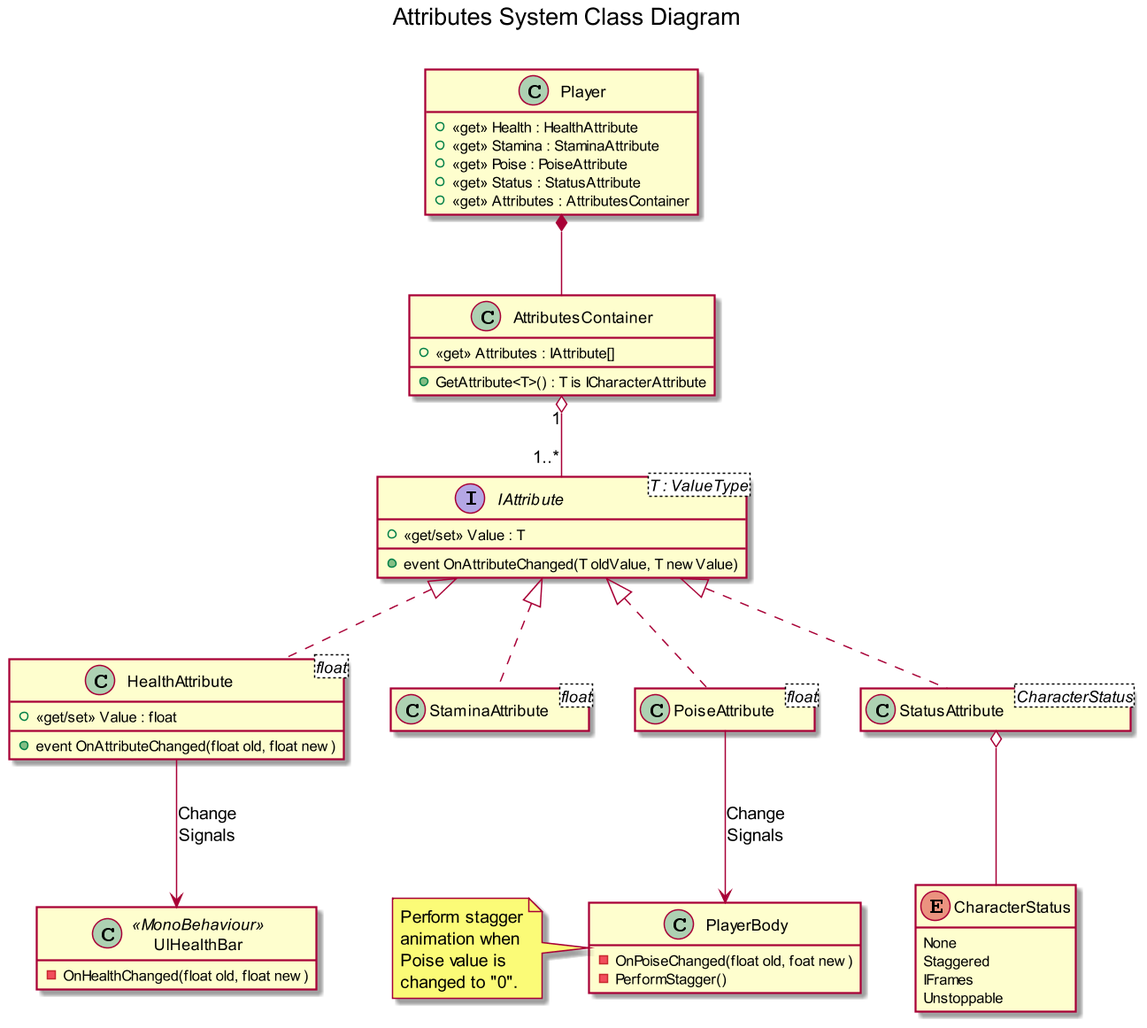
The PlantUML diagram figures/fig-attributes-diagram.png in leotgo/tcc-adaptive-difficulty, before a commit.
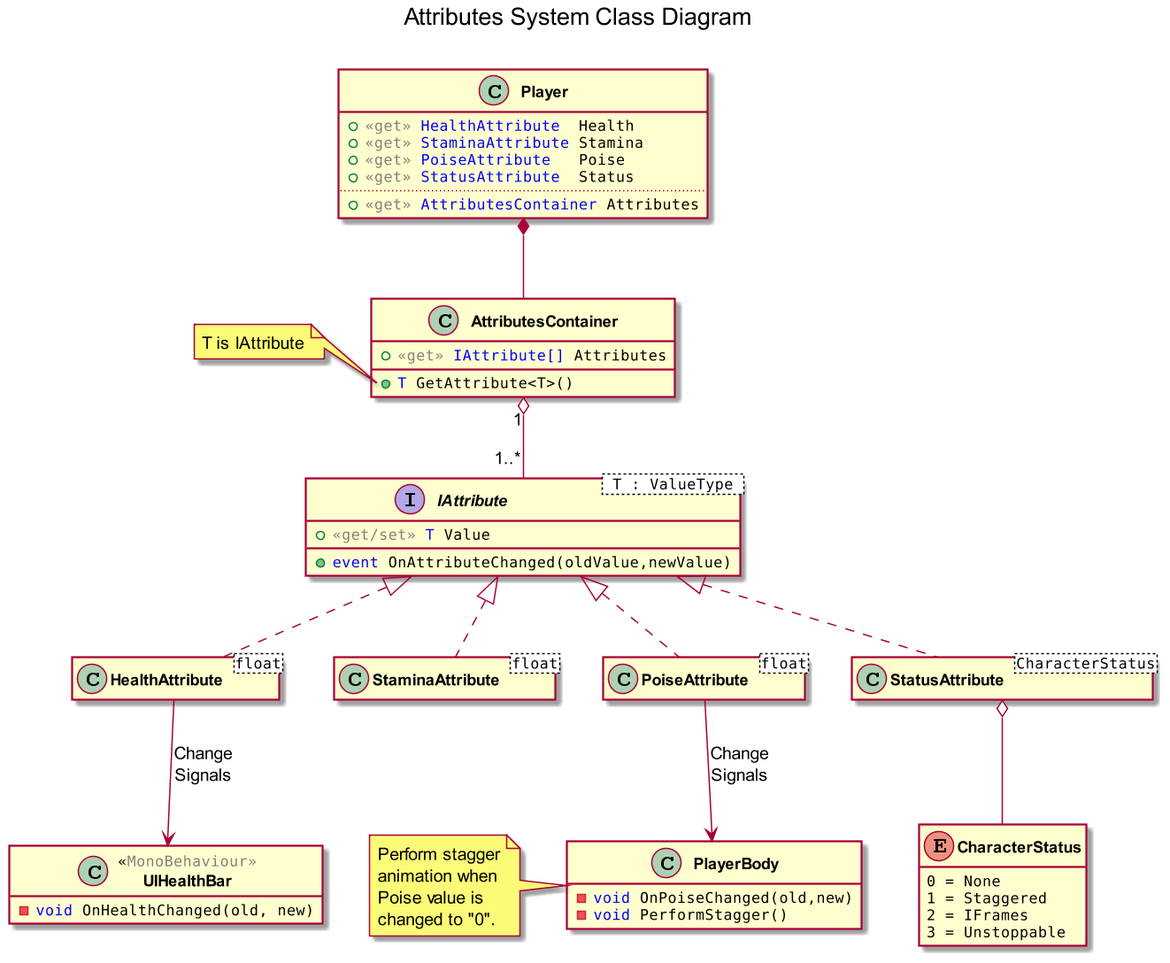
After the change.

What changed in the source:
```diff
@@ -1,57 +1,67 @@
-@startuml Attributes
+@startuml attributes-system
+
+!include styledefs.iuml
+
 title Attributes System Class Diagram\n
 
-class Player {
-    +<<get>> Health : HealthAttribute
-    +<<get>> Stamina : StaminaAttribute
-    +<<get>> Poise : PoiseAttribute
-    +<<get>> Status : StatusAttribute
-    +<<get>> Attributes : AttributesContainer
-}
-Player *-- AttributesContainer
-
-interface IAttribute<T : ValueType> {
-    +<<get/set>> Value : T
-    +event OnAttributeChanged(T oldValue, T newValue)
+class Player
+{
+    + $get $type("HealthAttribute")  Health
+    + $get $type("StaminaAttribute") Stamina
+    + $get $type("PoiseAttribute")   Poise
+    + $get $type("StatusAttribute")  Status
+    ..
+    + $get $type("AttributesContainer") Attributes
 }
 
-class HealthAttribute<float> implements IAttribute {
-    +<<get/set>> Value : float
-    +event OnAttributeChanged(float old, float new)
+interface IAttribute < T : ValueType >
+{
+    + $getset $type("T") Value
+    + $type("event") OnAttributeChanged(oldValue,newValue)
 }
+
+class HealthAttribute<float> implements IAttribute
 class StaminaAttribute<float> implements IAttribute
 class PoiseAttribute<float> implements IAttribute
 
-enum CharacterStatus {
-    None
-    Staggered
-    IFrames
-    Unstoppable
+enum CharacterStatus
+{
+    0 = None
+    1 = Staggered
+    2 = IFrames
+    3 = Unstoppable
 }
+
 class StatusAttribute<CharacterStatus> implements IAttribute
-StatusAttribute o-- CharacterStatus
 
 class AttributesContainer
 {
-    +<<get>> Attributes : IAttribute[]
-    +GetAttribute<T>() : T is ICharacterAttribute
-}
-AttributesContainer "1" o-- "1..*" IAttribute
-
-class UIHealthBar <<MonoBehaviour>> {
-    -OnHealthChanged(float old, float new)
+    + $get $type("IAttribute[]") Attributes
+    + $type("T") GetAttribute<T>()
 }
 
+
+
+class UIHealthBar $stereo("MonoBehaviour")
+{
+    - $type("void") OnHealthChanged(old, new)
+}
+
+class PlayerBody
+{
+    - $type("void") OnPoiseChanged(old,new)
+    - $type("void") PerformStagger()
+}
+
+Player *-- AttributesContainer
 PoiseAttribute --> PlayerBody : Change\nSignals
-
-class PlayerBody {
-    -OnPoiseChanged(float old, foat new)
-    -PerformStagger()
-}
-note left : Perform stagger\nanimation when\nPoise value is\nchanged to "0".
-
+AttributesContainer "1" o-- "1..*" IAttribute
+StatusAttribute o-- CharacterStatus
 HealthAttribute --> UIHealthBar : Change\nSignals
 
-scale 1.5
-hide empty members
+note left of PlayerBody : Perform stagger\nanimation when\nPoise value is\nchanged to "0".
+note left of AttributesContainer::GetAttribute
+T is IAttribute
+end note
+
 @enduml
```
